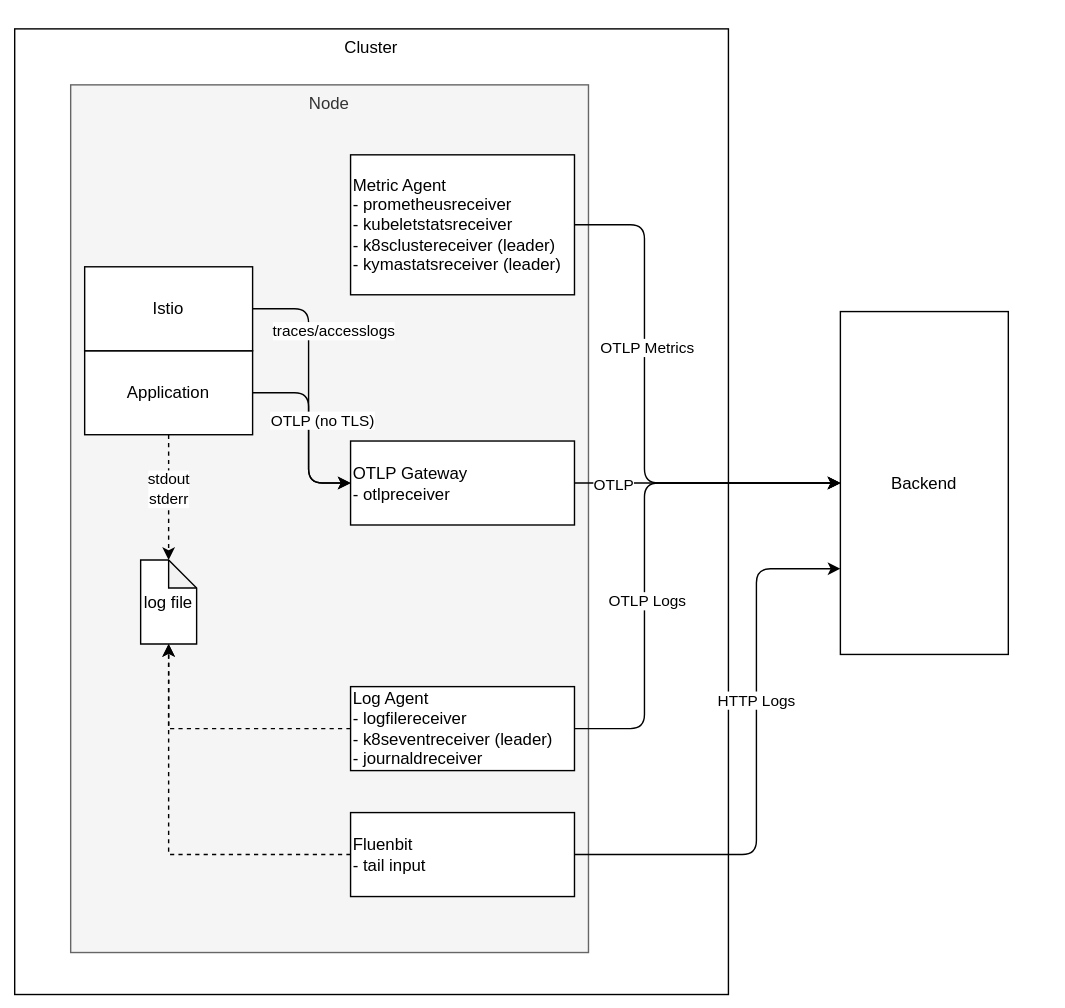
The draw.io diagram docs/contributor/assets/otlp-gateway-new.drawio.svg in kyma-project/telemetry-manager, before a commit. Source tidied: cells renumbered, new cells last; positions are measured from the earlier drawing's top-left corner, leaving out a move shared by most shapes. The source it was exported from:
```xml
<mxGraphModel>
  <root>
    <mxCell id="0" />
    <mxCell id="1" parent="0" />
    <mxCell id="2" style="rounded=0;whiteSpace=wrap;html=1;verticalAlign=top;strokeColor=none;" parent="1" vertex="1">
      <mxGeometry width="760" height="720" as="geometry" />
    </mxCell>
    <mxCell id="3" value="Cluster" style="rounded=0;whiteSpace=wrap;html=1;verticalAlign=top;" parent="1" vertex="1">
      <mxGeometry x="10" y="20" width="510" height="690" as="geometry" />
    </mxCell>
    <mxCell id="4" value="Node" style="rounded=0;whiteSpace=wrap;html=1;verticalAlign=top;fillColor=#f5f5f5;fontColor=#333333;strokeColor=#666666;" parent="1" vertex="1">
      <mxGeometry x="50" y="60" width="370" height="620" as="geometry" />
    </mxCell>
    <mxCell id="5" style="edgeStyle=orthogonalEdgeStyle;rounded=0;jettySize=auto;html=1;exitX=0.5;exitY=1;exitDx=0;exitDy=0;dashed=1;" parent="1" edge="1" source="7" target="8">
      <mxGeometry relative="1" as="geometry" />
    </mxCell>
    <mxCell id="6" value="stdout&lt;br&gt;stderr" style="edgeLabel;html=1;align=center;verticalAlign=middle;" parent="5" vertex="1">
      <mxGeometry x="-0.13" relative="1" as="geometry" />
    </mxCell>
    <mxCell id="7" value="Application&lt;br&gt;" style="rounded=0;whiteSpace=wrap;html=1;" parent="1" vertex="1">
      <mxGeometry x="60" y="250" width="120" height="60" as="geometry" />
    </mxCell>
    <mxCell id="8" value="log file" style="shape=note;whiteSpace=wrap;html=1;backgroundOutline=1;darkOpacity=0.05;size=20;" parent="1" vertex="1">
      <mxGeometry x="100" y="399.5" width="40" height="60" as="geometry" />
    </mxCell>
    <mxCell id="9" value="Istio" style="rounded=0;whiteSpace=wrap;html=1;" parent="1" vertex="1">
      <mxGeometry x="60" y="190" width="120" height="60" as="geometry" />
    </mxCell>
    <mxCell id="10" value="Metric Agent&lt;br&gt;- prometheusreceiver&lt;br&gt;- kubeletstatsreceiver&lt;div&gt;- k8sclustereceiver (leader)&lt;/div&gt;&lt;div&gt;- kymastatsreceiver (leader)&lt;/div&gt;" style="rounded=0;whiteSpace=wrap;html=1;verticalAlign=middle;align=left;" parent="1" vertex="1">
      <mxGeometry x="250" y="110" width="160" height="100" as="geometry" />
    </mxCell>
    <mxCell id="11" value="Log Agent&lt;br&gt;- logfilereceiver&lt;div&gt;- k8seventreceiver (leader)&lt;/div&gt;&lt;div&gt;- journaldreceiver&lt;/div&gt;" style="rounded=0;whiteSpace=wrap;html=1;align=left;verticalAlign=middle;" parent="1" vertex="1">
      <mxGeometry x="250" y="490" width="160" height="60" as="geometry" />
    </mxCell>
    <mxCell id="12" value="Fluenbit&lt;br&gt;- tail input" style="rounded=0;whiteSpace=wrap;html=1;align=left;verticalAlign=middle;" parent="1" vertex="1">
      <mxGeometry x="250" y="580" width="160" height="60" as="geometry" />
    </mxCell>
    <mxCell id="13" value="Backend" style="rounded=0;whiteSpace=wrap;html=1;" parent="1" vertex="1">
      <mxGeometry x="600" y="222" width="120" height="245" as="geometry" />
    </mxCell>
    <mxCell id="14" style="edgeStyle=orthogonalEdgeStyle;html=1;exitX=1;exitY=0.5;exitDx=0;exitDy=0;entryX=0;entryY=0.75;entryDx=0;entryDy=0;" parent="1" edge="1" source="12" target="13">
      <mxGeometry relative="1" as="geometry">
        <Array as="points">
          <mxPoint x="540" y="610" />
          <mxPoint x="540" y="406" />
        </Array>
      </mxGeometry>
    </mxCell>
    <mxCell id="15" value="HTTP Logs" style="edgeLabel;html=1;align=center;verticalAlign=middle;" parent="14" vertex="1">
      <mxGeometry x="0.22" relative="1" as="geometry" />
    </mxCell>
    <mxCell id="16" style="edgeStyle=orthogonalEdgeStyle;html=1;exitX=1;exitY=0.5;exitDx=0;exitDy=0;entryX=0;entryY=0.5;entryDx=0;entryDy=0;" parent="1" edge="1" source="28" target="13">
      <mxGeometry relative="1" as="geometry">
        <Array as="points">
          <mxPoint x="400" y="344" />
          <mxPoint x="400" y="344" />
        </Array>
      </mxGeometry>
    </mxCell>
    <mxCell id="17" value="OTLP" style="edgeLabel;html=1;align=center;verticalAlign=middle;" parent="16" vertex="1">
      <mxGeometry x="-0.55" y="-1" relative="1" as="geometry" />
    </mxCell>
    <mxCell id="18" style="edgeStyle=orthogonalEdgeStyle;html=1;exitX=1;exitY=0.5;exitDx=0;exitDy=0;entryX=0;entryY=0.5;entryDx=0;entryDy=0;" parent="1" edge="1" source="11" target="13">
      <mxGeometry relative="1" as="geometry">
        <Array as="points">
          <mxPoint x="460" y="520" />
          <mxPoint x="460" y="345" />
        </Array>
      </mxGeometry>
    </mxCell>
    <mxCell id="19" value="OTLP Logs" style="edgeLabel;html=1;align=center;verticalAlign=middle;" parent="18" vertex="1">
      <mxGeometry x="-0.23" y="-2" relative="1" as="geometry" />
    </mxCell>
    <mxCell id="20" style="edgeStyle=orthogonalEdgeStyle;html=1;exitX=1;exitY=0.5;exitDx=0;exitDy=0;entryX=0;entryY=0.5;entryDx=0;entryDy=0;" parent="1" edge="1" source="10" target="13">
      <mxGeometry relative="1" as="geometry">
        <Array as="points">
          <mxPoint x="460" y="160" />
          <mxPoint x="460" y="345" />
        </Array>
      </mxGeometry>
    </mxCell>
    <mxCell id="21" value="OTLP Metrics" style="edgeLabel;html=1;align=center;verticalAlign=middle;" parent="20" vertex="1">
      <mxGeometry x="-0.27" y="2" relative="1" as="geometry" />
    </mxCell>
    <mxCell id="22" style="edgeStyle=orthogonalEdgeStyle;html=1;exitX=1;exitY=0.5;exitDx=0;exitDy=0;entryX=0;entryY=0.5;entryDx=0;entryDy=0;" parent="1" edge="1" source="7" target="28">
      <mxGeometry relative="1" as="geometry">
        <Array as="points">
          <mxPoint x="220" y="280" />
          <mxPoint x="220" y="345" />
        </Array>
      </mxGeometry>
    </mxCell>
    <mxCell id="23" style="edgeStyle=orthogonalEdgeStyle;rounded=0;jettySize=auto;html=1;exitX=0;exitY=0.5;exitDx=0;exitDy=0;entryX=0.5;entryY=1;entryDx=0;entryDy=0;entryPerimeter=0;dashed=1;" parent="1" edge="1" source="11" target="8">
      <mxGeometry relative="1" as="geometry" />
    </mxCell>
    <mxCell id="24" style="edgeStyle=orthogonalEdgeStyle;rounded=0;jettySize=auto;html=1;exitX=0;exitY=0.5;exitDx=0;exitDy=0;dashed=1;entryX=0.5;entryY=1;entryDx=0;entryDy=0;entryPerimeter=0;" parent="1" edge="1" source="12" target="8">
      <mxGeometry relative="1" as="geometry" />
    </mxCell>
    <mxCell id="25" style="edgeStyle=orthogonalEdgeStyle;html=1;exitX=1;exitY=0.5;exitDx=0;exitDy=0;entryX=0;entryY=0.5;entryDx=0;entryDy=0;" parent="1" edge="1" source="9" target="28">
      <mxGeometry relative="1" as="geometry">
        <Array as="points">
          <mxPoint x="220" y="220" />
          <mxPoint x="220" y="345" />
        </Array>
      </mxGeometry>
    </mxCell>
    <mxCell id="26" value="traces/accesslogs" style="edgeLabel;html=1;align=center;verticalAlign=middle;" parent="25" vertex="1">
      <mxGeometry x="-0.66" y="1" relative="1" as="geometry">
        <mxPoint x="25" y="17" as="offset" />
      </mxGeometry>
    </mxCell>
    <mxCell id="27" value="OTLP (no TLS)" style="edgeLabel;html=1;align=center;verticalAlign=middle;" parent="25" vertex="1">
      <mxGeometry x="0.5" y="1" relative="1" as="geometry">
        <mxPoint x="9" y="-26" as="offset" />
      </mxGeometry>
    </mxCell>
    <mxCell id="28" value="OTLP Gateway&lt;br&gt;- otlpreceiver" style="rounded=0;whiteSpace=wrap;html=1;align=left;verticalAlign=middle;" parent="1" vertex="1">
      <mxGeometry x="250" y="314.5" width="160" height="60" as="geometry" />
    </mxCell>
  </root>
</mxGraphModel>
```
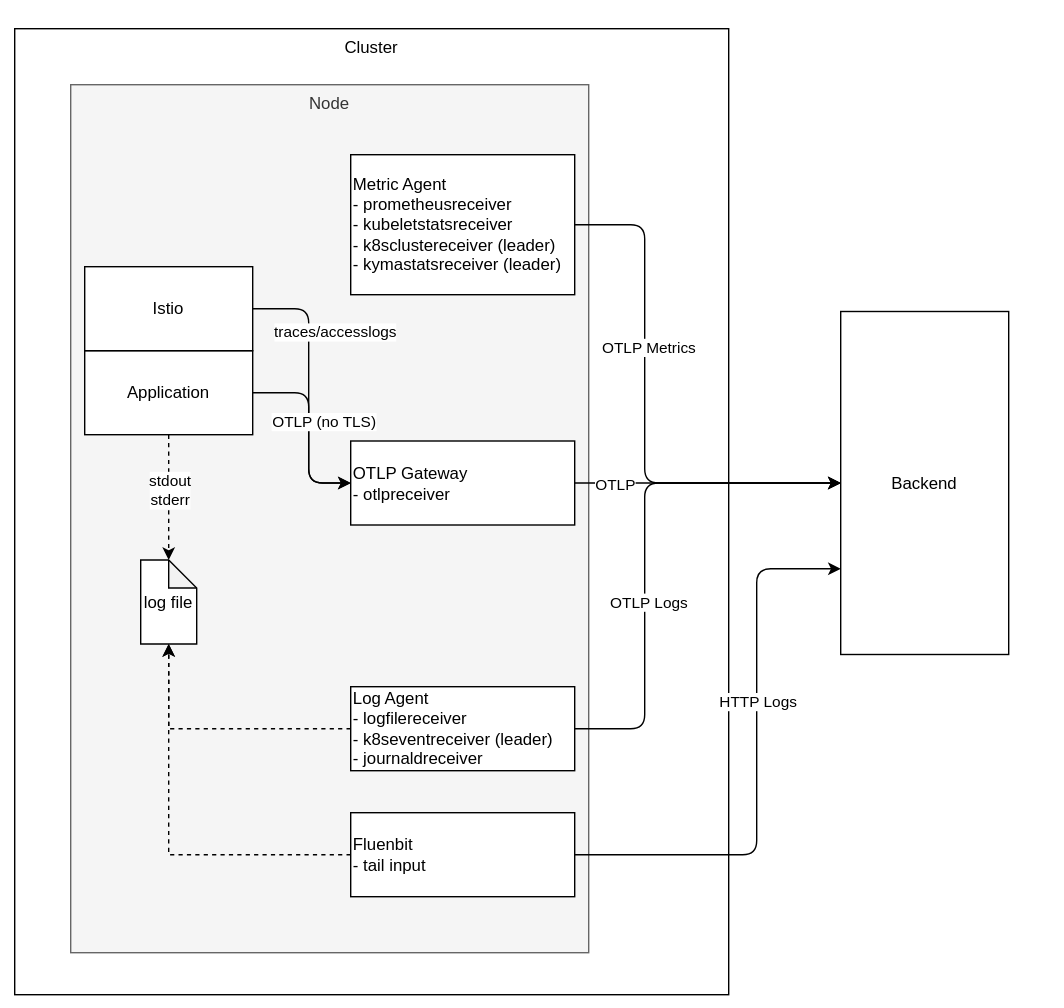
The same file after the commit.

Diff of the diagram source:
```diff
@@ -2,7 +2,7 @@
   <root>
     <mxCell id="0" />
     <mxCell id="1" parent="0" />
-    <mxCell id="2" style="rounded=0;whiteSpace=wrap;html=1;verticalAlign=top;strokeColor=none;" parent="1" vertex="1">
+    <mxCell id="2" style="rounded=0;whiteSpace=wrap;html=1;verticalAlign=top;strokeColor=none;fillStyle=solid;" parent="1" vertex="1">
       <mxGeometry width="760" height="720" as="geometry" />
     </mxCell>
     <mxCell id="3" value="Cluster" style="rounded=0;whiteSpace=wrap;html=1;verticalAlign=top;" parent="1" vertex="1">
```
